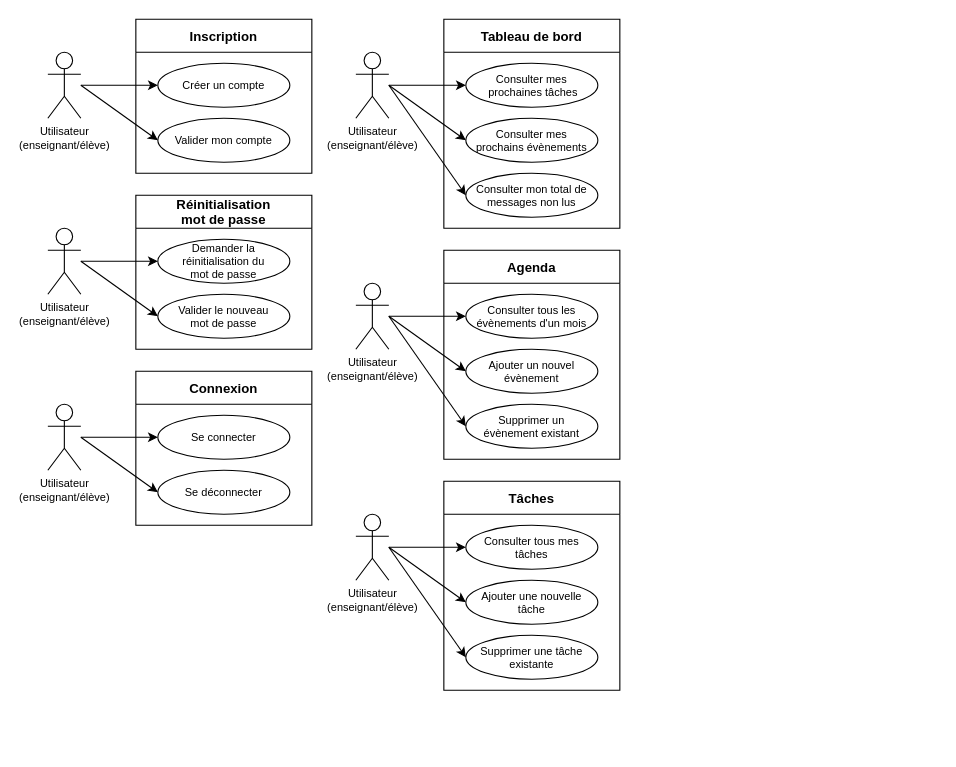
This is cas-d-utilisations.drawio from melacod/MelanieKlein_10_22122021, a draw.io file, before an edit. Source tidied: cells renumbered, new cells numbered last; positions are measured from the earlier drawing's top-left corner, leaving out a move shared by most shapes. Both pictures are drawn from the tidied source at 110%, with x=0, y=0 at pixel (47, 19).
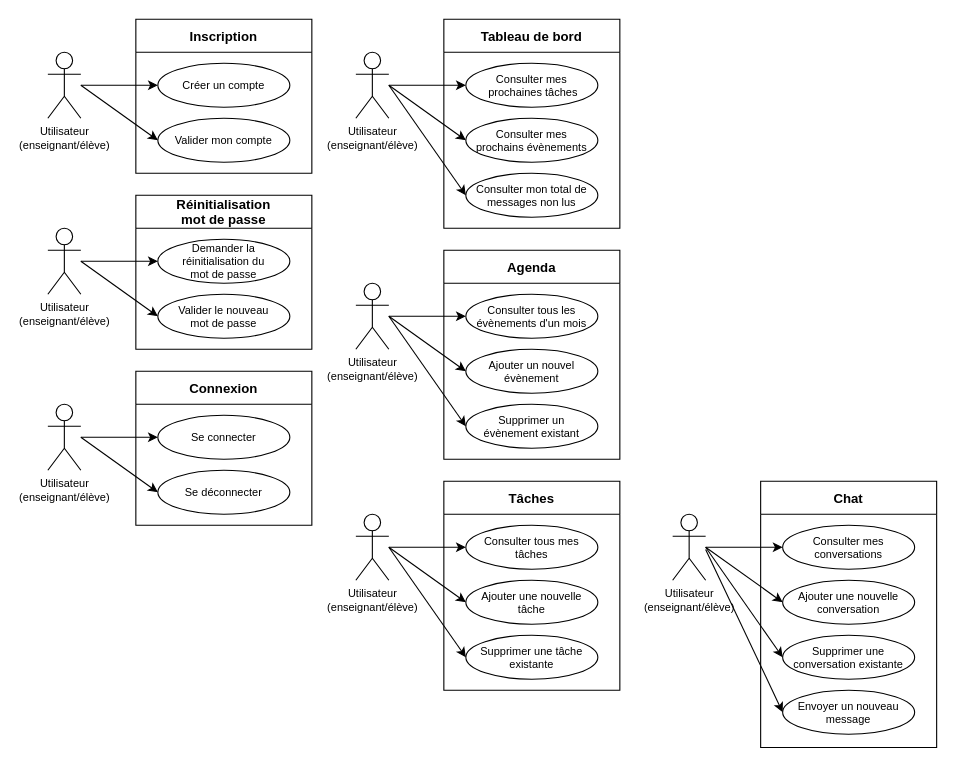
The same page after the edit.

Commit message (it also covers changes not shown here):
Ajout cas utilisation chat

Change to the diagram source:
```diff
@@
+    <mxCell id="44" value="Utilisateur&lt;br style=&quot;font-size: 10px;&quot;&gt;(enseignant/élève)" style="shape=umlActor;verticalLabelPosition=bottom;verticalAlign=top;html=1;outlineConnect=0;fontSize=10;" parent="1" vertex="1">
+      <mxGeometry x="568" y="450" width="30" height="60" as="geometry" />
+    </mxCell>
+    <mxCell id="45" value="Chat" style="swimlane;startSize=30;" parent="1" vertex="1">
+      <mxGeometry x="648" y="420" width="160" height="242" as="geometry" />
+    </mxCell>
+    <mxCell id="46" value="Consulter mes conversations" style="ellipse;whiteSpace=wrap;html=1;fontSize=10;" parent="45" vertex="1">
+      <mxGeometry x="20" y="40" width="120" height="40" as="geometry" />
+    </mxCell>
+    <mxCell id="47" value="Ajouter une nouvelle conversation" style="ellipse;whiteSpace=wrap;html=1;fontSize=10;" parent="45" vertex="1">
+      <mxGeometry x="20" y="90" width="120" height="40" as="geometry" />
+    </mxCell>
+    <mxCell id="48" value="Supprimer une conversation existante" style="ellipse;whiteSpace=wrap;html=1;fontSize=10;" parent="45" vertex="1">
+      <mxGeometry x="20" y="140" width="120" height="40" as="geometry" />
+    </mxCell>
+    <mxCell id="49" value="Envoyer un nouveau message" style="ellipse;whiteSpace=wrap;html=1;fontSize=10;" parent="45" vertex="1">
+      <mxGeometry x="20" y="190" width="120" height="40" as="geometry" />
+    </mxCell>
+    <mxCell id="50" style="endArrow=classic;html=1;rounded=0;entryX=0;entryY=0.5;entryDx=0;entryDy=0;" parent="1" edge="1" source="44" target="46">
+      <mxGeometry relative="1" as="geometry" />
+    </mxCell>
+    <mxCell id="51" style="endArrow=classic;html=1;rounded=0;entryX=0;entryY=0.5;entryDx=0;entryDy=0;" parent="1" edge="1" target="47">
+      <mxGeometry relative="1" as="geometry">
+        <mxPoint x="598" y="480" as="sourcePoint" />
+      </mxGeometry>
+    </mxCell>
+    <mxCell id="52" style="endArrow=classic;html=1;rounded=0;entryX=0;entryY=0.5;entryDx=0;entryDy=0;" parent="1" edge="1" target="48">
+      <mxGeometry relative="1" as="geometry">
+        <mxPoint x="598" y="480" as="sourcePoint" />
+      </mxGeometry>
+    </mxCell>
+    <mxCell id="53" style="endArrow=classic;html=1;rounded=0;entryX=0;entryY=0.5;entryDx=0;entryDy=0;" parent="1" edge="1" target="49">
+      <mxGeometry relative="1" as="geometry">
+        <mxPoint x="598" y="482" as="sourcePoint" />
+      </mxGeometry>
+    </mxCell>
```
